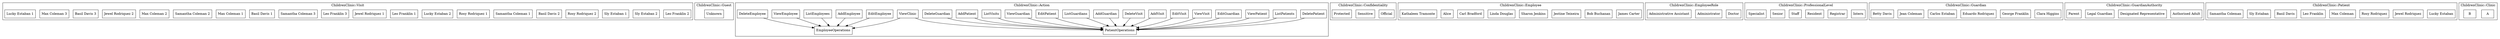
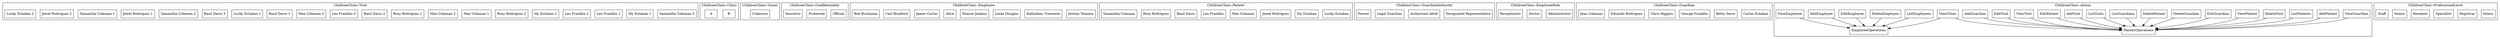
strict digraph {
	ordering="out"
	node[shape=box]
	subgraph "cluster_ChildrenClinic::Visit" {
		label="ChildrenClinic::Visit"
+ 		"ChildrenClinic::Visit::\"Samantha Coleman 3\"" [label="Samantha Coleman 3"]
+ 		"ChildrenClinic::Visit::\"Sly Estaban 1\"" [label="Sly Estaban 1"]
+ 		"ChildrenClinic::Visit::\"Leo Franklin 1\"" [label="Leo Franklin 1"]
		"ChildrenClinic::Visit::\"Leo Franklin 2\"" [label="Leo Franklin 2"]
		"ChildrenClinic::Visit::\"Sly Estaban 2\"" [label="Sly Estaban 2"]
- 		"ChildrenClinic::Visit::\"Sly Estaban 1\"" [label="Sly Estaban 1"]
		"ChildrenClinic::Visit::\"Rosy Rodriquez 2\"" [label="Rosy Rodriquez 2"]
+ 		"ChildrenClinic::Visit::\"Max Coleman 1\"" [label="Max Coleman 1"]
+ 		"ChildrenClinic::Visit::\"Max Coleman 2\"" [label="Max Coleman 2"]
+ 		"ChildrenClinic::Visit::\"Rosy Rodriquez 1\"" [label="Rosy Rodriquez 1"]
		"ChildrenClinic::Visit::\"Basil Davis 2\"" [label="Basil Davis 2"]
+ 		"ChildrenClinic::Visit::\"Leo Franklin 3\"" [label="Leo Franklin 3"]
+ 		"ChildrenClinic::Visit::\"Max Coleman 3\"" [label="Max Coleman 3"]
+ 		"ChildrenClinic::Visit::\"Basil Davis 1\"" [label="Basil Davis 1"]
+ 		"ChildrenClinic::Visit::\"Lucky Estaban 1\"" [label="Lucky Estaban 1"]
+ 		"ChildrenClinic::Visit::\"Basil Davis 3\"" [label="Basil Davis 3"]
+ 		"ChildrenClinic::Visit::\"Samantha Coleman 2\"" [label="Samantha Coleman 2"]
+ 		"ChildrenClinic::Visit::\"Jewel Rodriquez 1\"" [label="Jewel Rodriquez 1"]
		"ChildrenClinic::Visit::\"Samantha Coleman 1\"" [label="Samantha Coleman 1"]
- 		"ChildrenClinic::Visit::\"Rosy Rodriquez 1\"" [label="Rosy Rodriquez 1"]
+ 		"ChildrenClinic::Visit::\"Jewel Rodriquez 2\"" [label="Jewel Rodriquez 2"]
		"ChildrenClinic::Visit::\"Lucky Estaban 2\"" [label="Lucky Estaban 2"]
- 		"ChildrenClinic::Visit::\"Leo Franklin 1\"" [label="Leo Franklin 1"]
- 		"ChildrenClinic::Visit::\"Jewel Rodriquez 1\"" [label="Jewel Rodriquez 1"]
- 		"ChildrenClinic::Visit::\"Leo Franklin 3\"" [label="Leo Franklin 3"]
- 		"ChildrenClinic::Visit::\"Samantha Coleman 3\"" [label="Samantha Coleman 3"]
- 		"ChildrenClinic::Visit::\"Basil Davis 1\"" [label="Basil Davis 1"]
- 		"ChildrenClinic::Visit::\"Max Coleman 1\"" [label="Max Coleman 1"]
- 		"ChildrenClinic::Visit::\"Samantha Coleman 2\"" [label="Samantha Coleman 2"]
- 		"ChildrenClinic::Visit::\"Max Coleman 2\"" [label="Max Coleman 2"]
- 		"ChildrenClinic::Visit::\"Jewel Rodriquez 2\"" [label="Jewel Rodriquez 2"]
- 		"ChildrenClinic::Visit::\"Basil Davis 3\"" [label="Basil Davis 3"]
- 		"ChildrenClinic::Visit::\"Max Coleman 3\"" [label="Max Coleman 3"]
- 		"ChildrenClinic::Visit::\"Lucky Estaban 1\"" [label="Lucky Estaban 1"]
+ 	}
+ 	subgraph "cluster_ChildrenClinic::Clinic" {
+ 		label="ChildrenClinic::Clinic"
+ 		"ChildrenClinic::Clinic::\"B\"" [label="B"]
+ 		"ChildrenClinic::Clinic::\"A\"" [label="A"]
	}
	subgraph "cluster_ChildrenClinic::Guest" {
		label="ChildrenClinic::Guest"
		"ChildrenClinic::Guest::\"Unknown\"" [label="Unknown"]
	}
- 	subgraph "cluster_ChildrenClinic::Action" {
- 		label="ChildrenClinic::Action"
- 		"ChildrenClinic::Action::\"EmployeeOperations\"" [label="EmployeeOperations"]
- 		"ChildrenClinic::Action::\"DeletePatient\"" [label="DeletePatient"]
- 		"ChildrenClinic::Action::\"PatientOperations\"" [label="PatientOperations"]
- 		"ChildrenClinic::Action::\"ListPatients\"" [label="ListPatients"]
- 		"ChildrenClinic::Action::\"ViewPatient\"" [label="ViewPatient"]
- 		"ChildrenClinic::Action::\"EditEmployee\"" [label="EditEmployee"]
- 		"ChildrenClinic::Action::\"EditGuardian\"" [label="EditGuardian"]
- 		"ChildrenClinic::Action::\"ViewVisit\"" [label="ViewVisit"]
- 		"ChildrenClinic::Action::\"AddEmployee\"" [label="AddEmployee"]
- 		"ChildrenClinic::Action::\"EditVisit\"" [label="EditVisit"]
- 		"ChildrenClinic::Action::\"AddVisit\"" [label="AddVisit"]
- 		"ChildrenClinic::Action::\"DeleteVisit\"" [label="DeleteVisit"]
- 		"ChildrenClinic::Action::\"AddGuardian\"" [label="AddGuardian"]
- 		"ChildrenClinic::Action::\"ListEmployees\"" [label="ListEmployees"]
- 		"ChildrenClinic::Action::\"ListGuardians\"" [label="ListGuardians"]
- 		"ChildrenClinic::Action::\"EditPatient\"" [label="EditPatient"]
- 		"ChildrenClinic::Action::\"ViewClinic\"" [label="ViewClinic"]
- 		"ChildrenClinic::Action::\"ViewEmployee\"" [label="ViewEmployee"]
- 		"ChildrenClinic::Action::\"ViewGuardian\"" [label="ViewGuardian"]
- 		"ChildrenClinic::Action::\"ListVisits\"" [label="ListVisits"]
- 		"ChildrenClinic::Action::\"AddPatient\"" [label="AddPatient"]
- 		"ChildrenClinic::Action::\"DeleteEmployee\"" [label="DeleteEmployee"]
- 		"ChildrenClinic::Action::\"DeleteGuardian\"" [label="DeleteGuardian"]
- 	}
	subgraph "cluster_ChildrenClinic::Confidentiality" {
		label="ChildrenClinic::Confidentiality"
		"ChildrenClinic::Confidentiality::\"Official\"" [label="Official"]
+ 		"ChildrenClinic::Confidentiality::\"Protected\"" [label="Protected"]
		"ChildrenClinic::Confidentiality::\"Sensitive\"" [label="Sensitive"]
- 		"ChildrenClinic::Confidentiality::\"Protected\"" [label="Protected"]
	}
	subgraph "cluster_ChildrenClinic::Employee" {
		label="ChildrenClinic::Employee"
+ 		"ChildrenClinic::Employee::\"Jestine Teixeira\"" [label="Jestine Teixeira"]
+ 		"ChildrenClinic::Employee::\"Kathaleen Tramonte\"" [label="Kathaleen Tramonte"]
+ 		"ChildrenClinic::Employee::\"Linda Douglas\"" [label="Linda Douglas"]
+ 		"ChildrenClinic::Employee::\"Sharon Jenkins\"" [label="Sharon Jenkins"]
+ 		"ChildrenClinic::Employee::\"Alice\"" [label="Alice"]
		"ChildrenClinic::Employee::\"James Carter\"" [label="James Carter"]
+ 		"ChildrenClinic::Employee::\"Carl Bradford\"" [label="Carl Bradford"]
		"ChildrenClinic::Employee::\"Bob Buchanan\"" [label="Bob Buchanan"]
- 		"ChildrenClinic::Employee::\"Jestine Teixeira\"" [label="Jestine Teixeira"]
- 		"ChildrenClinic::Employee::\"Sharon Jenkins\"" [label="Sharon Jenkins"]
- 		"ChildrenClinic::Employee::\"Linda Douglas\"" [label="Linda Douglas"]
- 		"ChildrenClinic::Employee::\"Carl Bradford\"" [label="Carl Bradford"]
- 		"ChildrenClinic::Employee::\"Alice\"" [label="Alice"]
- 		"ChildrenClinic::Employee::\"Kathaleen Tramonte\"" [label="Kathaleen Tramonte"]
+ 	}
+ 	subgraph "cluster_ChildrenClinic::Patient" {
+ 		label="ChildrenClinic::Patient"
+ 		"ChildrenClinic::Patient::\"Lucky Estaban\"" [label="Lucky Estaban"]
+ 		"ChildrenClinic::Patient::\"Sly Estaban\"" [label="Sly Estaban"]
+ 		"ChildrenClinic::Patient::\"Jewel Rodriquez\"" [label="Jewel Rodriquez"]
+ 		"ChildrenClinic::Patient::\"Max Coleman\"" [label="Max Coleman"]
+ 		"ChildrenClinic::Patient::\"Leo Franklin\"" [label="Leo Franklin"]
+ 		"ChildrenClinic::Patient::\"Basil Davis\"" [label="Basil Davis"]
+ 		"ChildrenClinic::Patient::\"Rosy Rodriquez\"" [label="Rosy Rodriquez"]
+ 		"ChildrenClinic::Patient::\"Samantha Coleman\"" [label="Samantha Coleman"]
+ 	}
+ 	subgraph "cluster_ChildrenClinic::GuardianAuthority" {
+ 		label="ChildrenClinic::GuardianAuthority"
+ 		"ChildrenClinic::GuardianAuthority::\"Designated Representative\"" [label="Designated Representative"]
+ 		"ChildrenClinic::GuardianAuthority::\"Authorised Adult\"" [label="Authorised Adult"]
+ 		"ChildrenClinic::GuardianAuthority::\"Legal Guardian\"" [label="Legal Guardian"]
+ 		"ChildrenClinic::GuardianAuthority::\"Parent\"" [label="Parent"]
	}
	subgraph "cluster_ChildrenClinic::EmployeeRole" {
		label="ChildrenClinic::EmployeeRole"
+ 		"ChildrenClinic::EmployeeRole::\"Administrator\"" [label="Administrator"]
		"ChildrenClinic::EmployeeRole::\"Doctor\"" [label="Doctor"]
- 		"ChildrenClinic::EmployeeRole::\"Administrator\"" [label="Administrator"]
- 		"ChildrenClinic::EmployeeRole::\"Administrative Assistant\"" [label="Administrative Assistant"]
+ 		"ChildrenClinic::EmployeeRole::\"Receptionist\"" [label="Receptionist"]
+ 	}
+ 	subgraph "cluster_ChildrenClinic::Guardian" {
+ 		label="ChildrenClinic::Guardian"
+ 		"ChildrenClinic::Guardian::\"Carlos Estaban\"" [label="Carlos Estaban"]
+ 		"ChildrenClinic::Guardian::\"Betty Davis\"" [label="Betty Davis"]
+ 		"ChildrenClinic::Guardian::\"George Franklin\"" [label="George Franklin"]
+ 		"ChildrenClinic::Guardian::\"Clara Higgins\"" [label="Clara Higgins"]
+ 		"ChildrenClinic::Guardian::\"Eduardo Rodriquez\"" [label="Eduardo Rodriquez"]
+ 		"ChildrenClinic::Guardian::\"Jean Coleman\"" [label="Jean Coleman"]
+ 	}
+ 	subgraph "cluster_ChildrenClinic::Action" {
+ 		label="ChildrenClinic::Action"
+ 		"ChildrenClinic::Action::\"ViewGuardian\"" [label="ViewGuardian"]
+ 		"ChildrenClinic::Action::\"AddPatient\"" [label="AddPatient"]
+ 		"ChildrenClinic::Action::\"ListPatients\"" [label="ListPatients"]
+ 		"ChildrenClinic::Action::\"DeleteVisit\"" [label="DeleteVisit"]
+ 		"ChildrenClinic::Action::\"ListEmployees\"" [label="ListEmployees"]
+ 		"ChildrenClinic::Action::\"DeleteEmployee\"" [label="DeleteEmployee"]
+ 		"ChildrenClinic::Action::\"ViewClinic\"" [label="ViewClinic"]
+ 		"ChildrenClinic::Action::\"ViewPatient\"" [label="ViewPatient"]
+ 		"ChildrenClinic::Action::\"EditGuardian\"" [label="EditGuardian"]
+ 		"ChildrenClinic::Action::\"DeleteGuardian\"" [label="DeleteGuardian"]
+ 		"ChildrenClinic::Action::\"EditEmployee\"" [label="EditEmployee"]
+ 		"ChildrenClinic::Action::\"DeletePatient\"" [label="DeletePatient"]
+ 		"ChildrenClinic::Action::\"ListGuardians\"" [label="ListGuardians"]
+ 		"ChildrenClinic::Action::\"ListVisits\"" [label="ListVisits"]
+ 		"ChildrenClinic::Action::\"AddEmployee\"" [label="AddEmployee"]
+ 		"ChildrenClinic::Action::\"AddVisit\"" [label="AddVisit"]
+ 		"ChildrenClinic::Action::\"ViewEmployee\"" [label="ViewEmployee"]
+ 		"ChildrenClinic::Action::\"EditPatient\"" [label="EditPatient"]
+ 		"ChildrenClinic::Action::\"ViewVisit\"" [label="ViewVisit"]
+ 		"ChildrenClinic::Action::\"EditVisit\"" [label="EditVisit"]
+ 		"ChildrenClinic::Action::\"AddGuardian\"" [label="AddGuardian"]
+ 		"ChildrenClinic::Action::\"PatientOperations\"" [label="PatientOperations"]
+ 		"ChildrenClinic::Action::\"EmployeeOperations\"" [label="EmployeeOperations"]
	}
	subgraph "cluster_ChildrenClinic::ProfessionalLevel" {
		label="ChildrenClinic::ProfessionalLevel"
		"ChildrenClinic::ProfessionalLevel::\"Intern\"" [label="Intern"]
		"ChildrenClinic::ProfessionalLevel::\"Registrar\"" [label="Registrar"]
+ 		"ChildrenClinic::ProfessionalLevel::\"Specialist\"" [label="Specialist"]
		"ChildrenClinic::ProfessionalLevel::\"Resident\"" [label="Resident"]
+ 		"ChildrenClinic::ProfessionalLevel::\"Senior\"" [label="Senior"]
		"ChildrenClinic::ProfessionalLevel::\"Staff\"" [label="Staff"]
- 		"ChildrenClinic::ProfessionalLevel::\"Senior\"" [label="Senior"]
- 		"ChildrenClinic::ProfessionalLevel::\"Specialist\"" [label="Specialist"]
	}
- 	subgraph "cluster_ChildrenClinic::Guardian" {
- 		label="ChildrenClinic::Guardian"
- 		"ChildrenClinic::Guardian::\"Clara Higgins\"" [label="Clara Higgins"]
- 		"ChildrenClinic::Guardian::\"George Franklin\"" [label="George Franklin"]
- 		"ChildrenClinic::Guardian::\"Eduardo Rodriquez\"" [label="Eduardo Rodriquez"]
- 		"ChildrenClinic::Guardian::\"Carlos Estaban\"" [label="Carlos Estaban"]
- 		"ChildrenClinic::Guardian::\"Jean Coleman\"" [label="Jean Coleman"]
- 		"ChildrenClinic::Guardian::\"Betty Davis\"" [label="Betty Davis"]
- 	}
- 	subgraph "cluster_ChildrenClinic::GuardianAuthority" {
- 		label="ChildrenClinic::GuardianAuthority"
- 		"ChildrenClinic::GuardianAuthority::\"Authorised Adult\"" [label="Authorised Adult"]
- 		"ChildrenClinic::GuardianAuthority::\"Designated Representative\"" [label="Designated Representative"]
- 		"ChildrenClinic::GuardianAuthority::\"Legal Guardian\"" [label="Legal Guardian"]
- 		"ChildrenClinic::GuardianAuthority::\"Parent\"" [label="Parent"]
- 	}
- 	subgraph "cluster_ChildrenClinic::Patient" {
- 		label="ChildrenClinic::Patient"
- 		"ChildrenClinic::Patient::\"Lucky Estaban\"" [label="Lucky Estaban"]
- 		"ChildrenClinic::Patient::\"Jewel Rodriquez\"" [label="Jewel Rodriquez"]
- 		"ChildrenClinic::Patient::\"Rosy Rodriquez\"" [label="Rosy Rodriquez"]
- 		"ChildrenClinic::Patient::\"Max Coleman\"" [label="Max Coleman"]
- 		"ChildrenClinic::Patient::\"Leo Franklin\"" [label="Leo Franklin"]
- 		"ChildrenClinic::Patient::\"Basil Davis\"" [label="Basil Davis"]
- 		"ChildrenClinic::Patient::\"Sly Estaban\"" [label="Sly Estaban"]
- 		"ChildrenClinic::Patient::\"Samantha Coleman\"" [label="Samantha Coleman"]
- 	}
- 	subgraph "cluster_ChildrenClinic::Clinic" {
- 		label="ChildrenClinic::Clinic"
- 		"ChildrenClinic::Clinic::\"A\"" [label="A"]
- 		"ChildrenClinic::Clinic::\"B\"" [label="B"]
- 	}
- 	"ChildrenClinic::Action::\"DeletePatient\"" -> "ChildrenClinic::Action::\"PatientOperations\""
+ 	"ChildrenClinic::Action::\"ViewGuardian\"" -> "ChildrenClinic::Action::\"PatientOperations\""
+ 	"ChildrenClinic::Action::\"AddPatient\"" -> "ChildrenClinic::Action::\"PatientOperations\""
	"ChildrenClinic::Action::\"ListPatients\"" -> "ChildrenClinic::Action::\"PatientOperations\""
- 	"ChildrenClinic::Action::\"ViewPatient\"" -> "ChildrenClinic::Action::\"PatientOperations\""
- 	"ChildrenClinic::Action::\"EditEmployee\"" -> "ChildrenClinic::Action::\"EmployeeOperations\""
- 	"ChildrenClinic::Action::\"EditGuardian\"" -> "ChildrenClinic::Action::\"PatientOperations\""
- 	"ChildrenClinic::Action::\"ViewVisit\"" -> "ChildrenClinic::Action::\"PatientOperations\""
- 	"ChildrenClinic::Action::\"AddEmployee\"" -> "ChildrenClinic::Action::\"EmployeeOperations\""
- 	"ChildrenClinic::Action::\"EditVisit\"" -> "ChildrenClinic::Action::\"PatientOperations\""
- 	"ChildrenClinic::Action::\"AddVisit\"" -> "ChildrenClinic::Action::\"PatientOperations\""
	"ChildrenClinic::Action::\"DeleteVisit\"" -> "ChildrenClinic::Action::\"PatientOperations\""
- 	"ChildrenClinic::Action::\"AddGuardian\"" -> "ChildrenClinic::Action::\"PatientOperations\""
	"ChildrenClinic::Action::\"ListEmployees\"" -> "ChildrenClinic::Action::\"EmployeeOperations\""
- 	"ChildrenClinic::Action::\"ListGuardians\"" -> "ChildrenClinic::Action::\"PatientOperations\""
- 	"ChildrenClinic::Action::\"EditPatient\"" -> "ChildrenClinic::Action::\"PatientOperations\""
+ 	"ChildrenClinic::Action::\"DeleteEmployee\"" -> "ChildrenClinic::Action::\"EmployeeOperations\""
	"ChildrenClinic::Action::\"ViewClinic\"" -> "ChildrenClinic::Action::\"EmployeeOperations\""
	"ChildrenClinic::Action::\"ViewClinic\"" -> "ChildrenClinic::Action::\"PatientOperations\""
+ 	"ChildrenClinic::Action::\"ViewPatient\"" -> "ChildrenClinic::Action::\"PatientOperations\""
+ 	"ChildrenClinic::Action::\"EditGuardian\"" -> "ChildrenClinic::Action::\"PatientOperations\""
+ 	"ChildrenClinic::Action::\"DeleteGuardian\"" -> "ChildrenClinic::Action::\"PatientOperations\""
+ 	"ChildrenClinic::Action::\"EditEmployee\"" -> "ChildrenClinic::Action::\"EmployeeOperations\""
+ 	"ChildrenClinic::Action::\"DeletePatient\"" -> "ChildrenClinic::Action::\"PatientOperations\""
+ 	"ChildrenClinic::Action::\"ListGuardians\"" -> "ChildrenClinic::Action::\"PatientOperations\""
+ 	"ChildrenClinic::Action::\"ListVisits\"" -> "ChildrenClinic::Action::\"PatientOperations\""
+ 	"ChildrenClinic::Action::\"AddEmployee\"" -> "ChildrenClinic::Action::\"EmployeeOperations\""
+ 	"ChildrenClinic::Action::\"AddVisit\"" -> "ChildrenClinic::Action::\"PatientOperations\""
	"ChildrenClinic::Action::\"ViewEmployee\"" -> "ChildrenClinic::Action::\"EmployeeOperations\""
- 	"ChildrenClinic::Action::\"ViewGuardian\"" -> "ChildrenClinic::Action::\"PatientOperations\""
- 	"ChildrenClinic::Action::\"ListVisits\"" -> "ChildrenClinic::Action::\"PatientOperations\""
- 	"ChildrenClinic::Action::\"AddPatient\"" -> "ChildrenClinic::Action::\"PatientOperations\""
- 	"ChildrenClinic::Action::\"DeleteEmployee\"" -> "ChildrenClinic::Action::\"EmployeeOperations\""
- 	"ChildrenClinic::Action::\"DeleteGuardian\"" -> "ChildrenClinic::Action::\"PatientOperations\""
+ 	"ChildrenClinic::Action::\"EditPatient\"" -> "ChildrenClinic::Action::\"PatientOperations\""
+ 	"ChildrenClinic::Action::\"ViewVisit\"" -> "ChildrenClinic::Action::\"PatientOperations\""
+ 	"ChildrenClinic::Action::\"EditVisit\"" -> "ChildrenClinic::Action::\"PatientOperations\""
+ 	"ChildrenClinic::Action::\"AddGuardian\"" -> "ChildrenClinic::Action::\"PatientOperations\""
}

